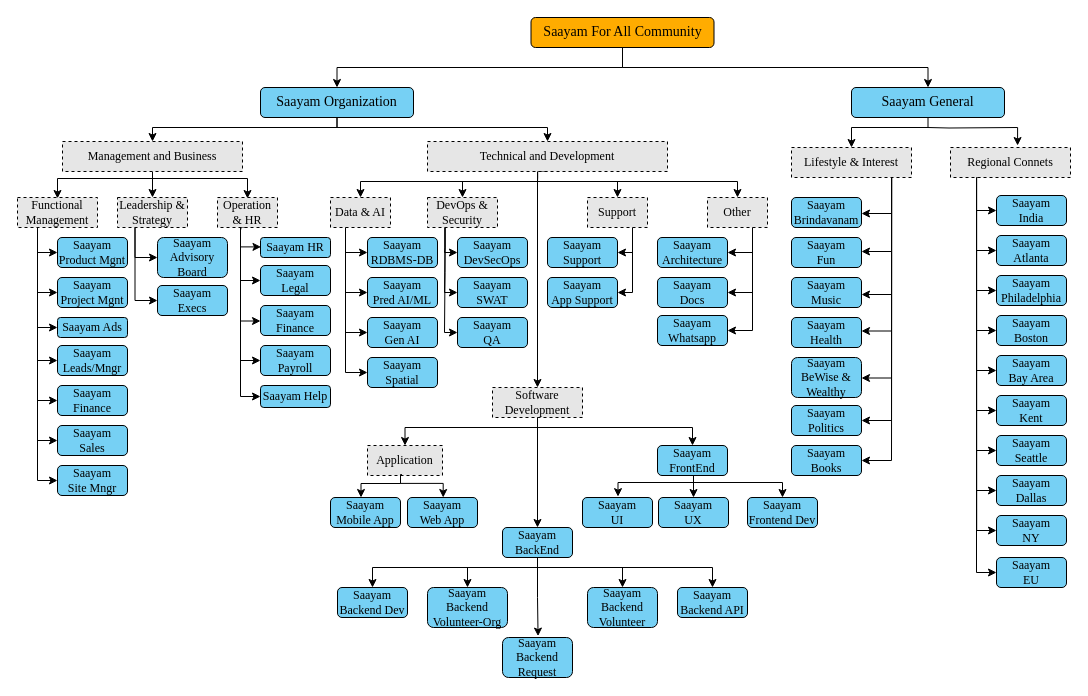
Before: Saayam.drawio in PallaviChitrada10/PallaviChitrada, a draw.io diagram. Source tidied: cells renumbered, new cells numbered last; positions are measured from the earlier drawing's top-left corner, leaving out a move shared by most shapes. Both pictures are drawn from the tidied source at 100%, with x=0, y=0 at pixel (17, 17).
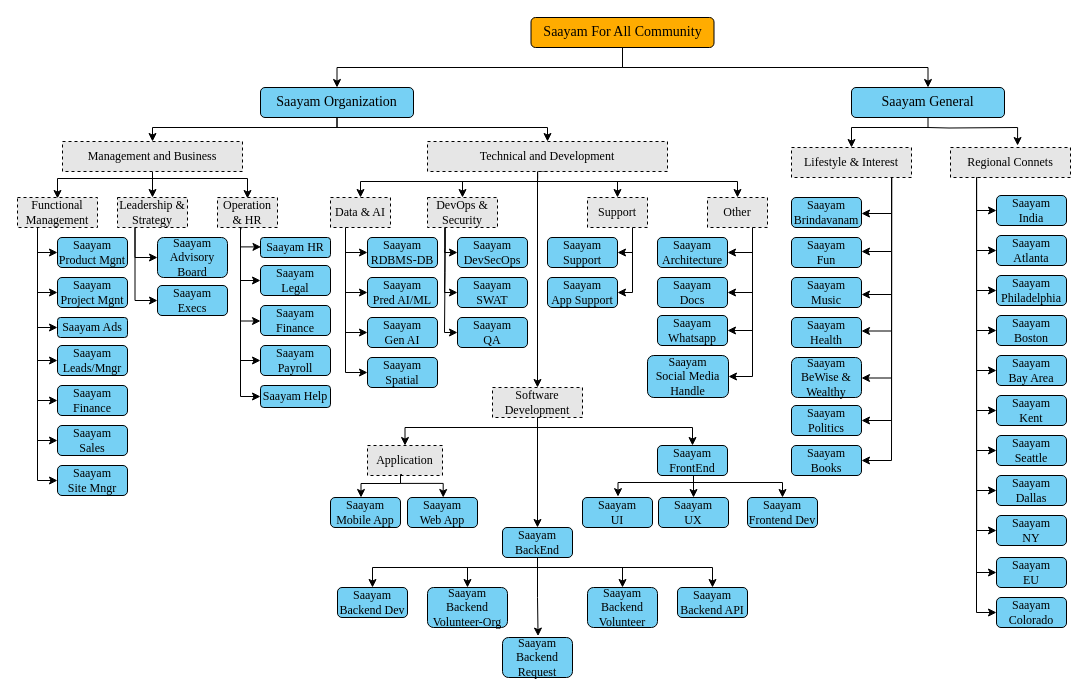
The same page after the edit.

The change refers to these unchanged cells:
```xml
<mxCell id="58" value="Other" style="text;html=1;align=center;verticalAlign=middle;whiteSpace=wrap;rounded=0;fontFamily=Times New Roman;labelBackgroundColor=none;fillColor=#E6E6E6;strokeColor=default;dashed=1;" parent="1" vertex="1">
  <mxGeometry x="690" y="180" width="60" height="30" as="geometry" />
</mxCell>
<mxCell id="108" value="Regional Connets" style="text;html=1;align=center;verticalAlign=middle;whiteSpace=wrap;rounded=0;fontFamily=Times New Roman;labelBackgroundColor=none;fillColor=#E6E6E6;strokeColor=default;dashed=1;" parent="1" vertex="1">
  <mxGeometry x="933" y="130" width="120" height="30" as="geometry" />
</mxCell>
```

What changed in the source:
```diff
@@
+    <mxCell id="143" style="edgeStyle=orthogonalEdgeStyle;rounded=0;jettySize=auto;html=1;exitX=0.75;exitY=1;exitDx=0;exitDy=0;entryX=1;entryY=0.5;entryDx=0;entryDy=0;" parent="1" edge="1" source="58" target="146">
+      <mxGeometry relative="1" as="geometry" />
+    </mxCell>
@@
+    <mxCell id="144" style="edgeStyle=orthogonalEdgeStyle;rounded=0;jettySize=auto;html=1;exitX=0.25;exitY=1;exitDx=0;exitDy=0;entryX=0;entryY=0.5;entryDx=0;entryDy=0;" parent="1" edge="1" source="108" target="145">
+      <mxGeometry relative="1" as="geometry">
+        <Array as="points">
+          <mxPoint x="959" y="160" />
+          <mxPoint x="959" y="595" />
+        </Array>
+      </mxGeometry>
+    </mxCell>
@@
+    <mxCell id="145" value="Saayam&lt;br&gt;Colorado" style="rounded=1;whiteSpace=wrap;html=1;fontFamily=Times New Roman;labelBackgroundColor=none;fillColor=light-dark(#76D0F4,#1D293B);" parent="1" vertex="1">
+      <mxGeometry x="979" y="580" width="70" height="30" as="geometry" />
+    </mxCell>
+    <mxCell id="146" value="Saayam&lt;br&gt;Social Media Handle" style="rounded=1;whiteSpace=wrap;html=1;fontFamily=Times New Roman;labelBackgroundColor=none;fillColor=light-dark(#76D0F4,#1D293B);" parent="1" vertex="1">
+      <mxGeometry x="630" y="338" width="81" height="42" as="geometry" />
+    </mxCell>
```
